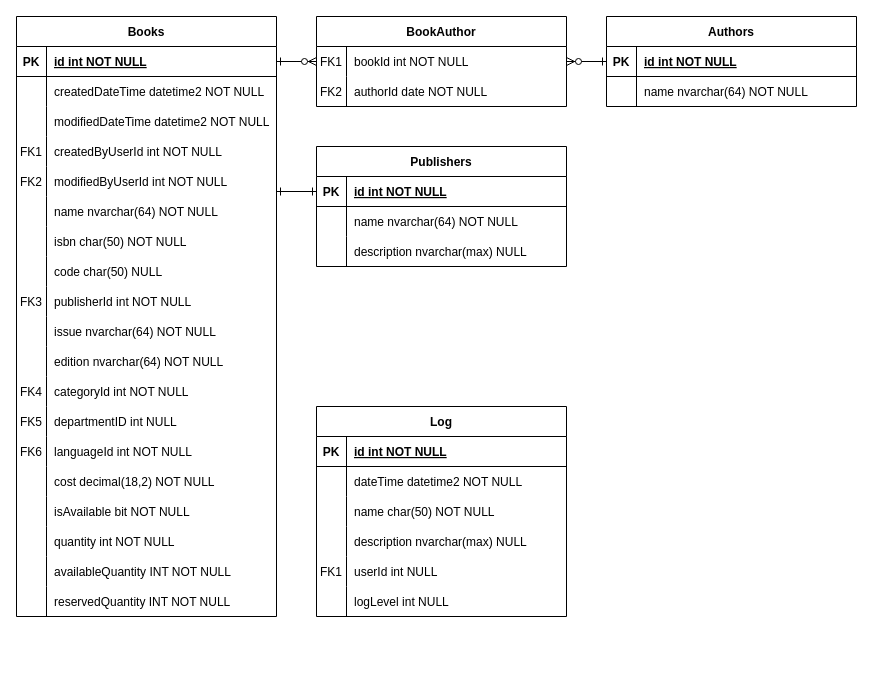
skyhunter96/libApp keeps this draw.io diagram as Untitled Diagram.drawio. Above is the earlier version. Source tidied: cells renumbered, new cells numbered last; positions are measured from the earlier drawing's top-left corner, leaving out a move shared by most shapes. Both pictures are drawn from the tidied source at 100%, with x=0, y=0 at pixel (16, 16).
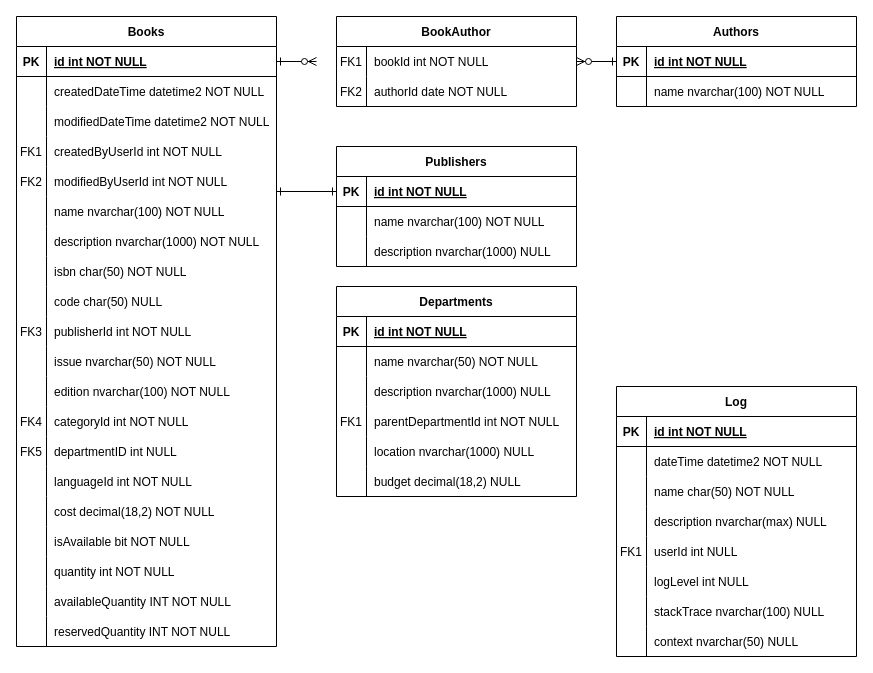
Above is the later version.

The change refers to these unchanged cells:
```xml
<mxCell id="33" style="shape=partialRectangle;fillColor=none;top=0;left=0;right=0;bottom=0;" parent="17" vertex="1">
  <mxGeometry y="180" width="260" height="30" as="geometry" />
</mxCell>
```

What changed in the source:
```diff
@@
     <mxCell id="3" value="BookAuthor" style="shape=table;startSize=30;childLayout=tableLayout;rowLines=0;fontStyle=1;align=center;" parent="1" vertex="1">
-      <mxGeometry x="300" width="250" height="90" as="geometry" />
+      <mxGeometry x="320" width="240" height="90" as="geometry" />
     </mxCell>
     <mxCell id="4" style="shape=partialRectangle;fillColor=none;top=0;left=0;right=0;bottom=0;" parent="3" vertex="1">
-      <mxGeometry y="30" width="250" height="30" as="geometry" />
+      <mxGeometry y="30" width="240" height="30" as="geometry" />
     </mxCell>
@@
     <mxCell id="6" value="bookId int NOT NULL" style="shape=partialRectangle;overflow=hidden;fillColor=none;top=0;left=0;bottom=0;right=0;align=left;spacingLeft=6;" parent="4" vertex="1">
-      <mxGeometry x="30" width="220" height="30" as="geometry" />
+      <mxGeometry x="30" width="210" height="30" as="geometry" />
     </mxCell>
     <mxCell id="7" style="shape=partialRectangle;fillColor=none;top=0;left=0;right=0;bottom=0;" parent="3" vertex="1">
-      <mxGeometry y="60" width="250" height="30" as="geometry" />
+      <mxGeometry y="60" width="240" height="30" as="geometry" />
     </mxCell>
@@
     <mxCell id="9" value="authorId date NOT NULL" style="shape=partialRectangle;overflow=hidden;fillColor=none;top=0;left=0;bottom=0;right=0;align=left;spacingLeft=6;" parent="7" vertex="1">
-      <mxGeometry x="30" width="220" height="30" as="geometry" />
+      <mxGeometry x="30" width="210" height="30" as="geometry" />
     </mxCell>
     <mxCell id="10" value="Authors" style="shape=table;startSize=30;childLayout=tableLayout;rowLines=0;fontStyle=1;align=center;" parent="1" vertex="1">
-      <mxGeometry x="590" width="250" height="90" as="geometry" />
+      <mxGeometry x="600" width="240" height="90" as="geometry" />
     </mxCell>
     <mxCell id="11" style="shape=partialRectangle;fillColor=none;points=[[0,0.5],[1,0.5]];portConstraint=eastwest;top=0;left=0;right=0;bottom=1;" parent="10" vertex="1">
-      <mxGeometry y="30" width="250" height="30" as="geometry" />
+      <mxGeometry y="30" width="240" height="30" as="geometry" />
     </mxCell>
@@
     <mxCell id="13" value="id int NOT NULL " style="shape=partialRectangle;overflow=hidden;fillColor=none;top=0;left=0;bottom=0;right=0;align=left;spacingLeft=6;fontStyle=5;" parent="11" vertex="1">
-      <mxGeometry x="30" width="220" height="30" as="geometry" />
+      <mxGeometry x="30" width="210" height="30" as="geometry" />
     </mxCell>
     <mxCell id="14" style="shape=partialRectangle;fillColor=none;top=0;left=0;right=0;bottom=0;" parent="10" vertex="1">
-      <mxGeometry y="60" width="250" height="30" as="geometry" />
+      <mxGeometry y="60" width="240" height="30" as="geometry" />
     </mxCell>
@@
-    <mxCell id="16" value="name nvarchar(64) NOT NULL" style="shape=partialRectangle;overflow=hidden;fillColor=none;top=0;left=0;bottom=0;right=0;align=left;spacingLeft=6;" parent="14" vertex="1">
-      <mxGeometry x="30" width="220" height="30" as="geometry" />
+    <mxCell id="16" value="name nvarchar(100) NOT NULL" style="shape=partialRectangle;overflow=hidden;fillColor=none;top=0;left=0;bottom=0;right=0;align=left;spacingLeft=6;" parent="14" vertex="1">
+      <mxGeometry x="30" width="210" height="30" as="geometry" />
     </mxCell>
     <mxCell id="17" value="Books" style="shape=table;startSize=30;childLayout=tableLayout;rowLines=0;fontStyle=1;align=center;" parent="1" vertex="1">
-      <mxGeometry width="260" height="600" as="geometry" />
+      <mxGeometry width="260" height="630" as="geometry" />
     </mxCell>
@@
-    <mxCell id="35" value="name nvarchar(64) NOT NULL" style="shape=partialRectangle;overflow=hidden;fillColor=none;top=0;left=0;bottom=0;right=0;align=left;spacingLeft=6;" parent="33" vertex="1">
+    <mxCell id="35" value="name nvarchar(100) NOT NULL" style="shape=partialRectangle;overflow=hidden;fillColor=none;top=0;left=0;bottom=0;right=0;align=left;spacingLeft=6;" parent="33" vertex="1">
       <mxGeometry x="30" width="230" height="30" as="geometry" />
     </mxCell>
+    <mxCell id="106" style="shape=partialRectangle;fillColor=none;top=0;left=0;right=0;bottom=0;" parent="17" vertex="1">
+      <mxGeometry y="210" width="260" height="30" as="geometry" />
+    </mxCell>
+    <mxCell id="107" style="shape=partialRectangle;overflow=hidden;fillColor=none;top=0;left=0;bottom=0;right=0;" parent="106" vertex="1">
+      <mxGeometry width="30" height="30" as="geometry" />
+    </mxCell>
+    <mxCell id="108" value="description nvarchar(1000) NOT NULL" style="shape=partialRectangle;overflow=hidden;fillColor=none;top=0;left=0;bottom=0;right=0;align=left;spacingLeft=6;" parent="106" vertex="1">
+      <mxGeometry x="30" width="230" height="30" as="geometry" />
+    </mxCell>
     <mxCell id="36" style="shape=partialRectangle;fillColor=none;top=0;left=0;right=0;bottom=0;" parent="17" vertex="1">
-      <mxGeometry y="210" width="260" height="30" as="geometry" />
+      <mxGeometry y="240" width="260" height="30" as="geometry" />
     </mxCell>
@@
     <mxCell id="39" style="shape=partialRectangle;fillColor=none;top=0;left=0;right=0;bottom=0;" parent="17" vertex="1">
-      <mxGeometry y="240" width="260" height="30" as="geometry" />
+      <mxGeometry y="270" width="260" height="30" as="geometry" />
     </mxCell>
@@
     <mxCell id="42" style="shape=partialRectangle;fillColor=none;top=0;left=0;right=0;bottom=0;" parent="17" vertex="1">
-      <mxGeometry y="270" width="260" height="30" as="geometry" />
+      <mxGeometry y="300" width="260" height="30" as="geometry" />
     </mxCell>
@@
     <mxCell id="45" style="shape=partialRectangle;fillColor=none;top=0;left=0;right=0;bottom=0;" parent="17" vertex="1">
-      <mxGeometry y="300" width="260" height="30" as="geometry" />
+      <mxGeometry y="330" width="260" height="30" as="geometry" />
     </mxCell>
@@
-    <mxCell id="47" value="issue nvarchar(64) NOT NULL" style="shape=partialRectangle;overflow=hidden;fillColor=none;top=0;left=0;bottom=0;right=0;align=left;spacingLeft=6;" parent="45" vertex="1">
+    <mxCell id="47" value="issue nvarchar(50) NOT NULL" style="shape=partialRectangle;overflow=hidden;fillColor=none;top=0;left=0;bottom=0;right=0;align=left;spacingLeft=6;" parent="45" vertex="1">
       <mxGeometry x="30" width="230" height="30" as="geometry" />
     </mxCell>
     <mxCell id="48" style="shape=partialRectangle;fillColor=none;top=0;left=0;right=0;bottom=0;" parent="17" vertex="1">
-      <mxGeometry y="330" width="260" height="30" as="geometry" />
+      <mxGeometry y="360" width="260" height="30" as="geometry" />
     </mxCell>
@@
-    <mxCell id="50" value="edition nvarchar(64) NOT NULL" style="shape=partialRectangle;overflow=hidden;fillColor=none;top=0;left=0;bottom=0;right=0;align=left;spacingLeft=6;" parent="48" vertex="1">
+    <mxCell id="50" value="edition nvarchar(100) NOT NULL" style="shape=partialRectangle;overflow=hidden;fillColor=none;top=0;left=0;bottom=0;right=0;align=left;spacingLeft=6;" parent="48" vertex="1">
       <mxGeometry x="30" width="230" height="30" as="geometry" />
     </mxCell>
     <mxCell id="51" style="shape=partialRectangle;fillColor=none;top=0;left=0;right=0;bottom=0;" parent="17" vertex="1">
-      <mxGeometry y="360" width="260" height="30" as="geometry" />
+      <mxGeometry y="390" width="260" height="30" as="geometry" />
     </mxCell>
@@
     <mxCell id="54" style="shape=partialRectangle;fillColor=none;top=0;left=0;right=0;bottom=0;" parent="17" vertex="1">
-      <mxGeometry y="390" width="260" height="30" as="geometry" />
+      <mxGeometry y="420" width="260" height="30" as="geometry" />
     </mxCell>
@@
     <mxCell id="57" style="shape=partialRectangle;fillColor=none;top=0;left=0;right=0;bottom=0;" parent="17" vertex="1">
-      <mxGeometry y="420" width="260" height="30" as="geometry" />
+      <mxGeometry y="450" width="260" height="30" as="geometry" />
     </mxCell>
-    <mxCell id="58" value="FK6" style="shape=partialRectangle;overflow=hidden;fillColor=none;top=0;left=0;bottom=0;right=0;" parent="57" vertex="1">
+    <mxCell id="58" style="shape=partialRectangle;overflow=hidden;fillColor=none;top=0;left=0;bottom=0;right=0;" parent="57" vertex="1">
       <mxGeometry width="30" height="30" as="geometry" />
     </mxCell>
@@
     <mxCell id="60" style="shape=partialRectangle;fillColor=none;top=0;left=0;right=0;bottom=0;" parent="17" vertex="1">
-      <mxGeometry y="450" width="260" height="30" as="geometry" />
+      <mxGeometry y="480" width="260" height="30" as="geometry" />
     </mxCell>
@@
     <mxCell id="63" style="shape=partialRectangle;fillColor=none;top=0;left=0;right=0;bottom=0;" parent="17" vertex="1">
-      <mxGeometry y="480" width="260" height="30" as="geometry" />
+      <mxGeometry y="510" width="260" height="30" as="geometry" />
     </mxCell>
@@
     <mxCell id="66" style="shape=partialRectangle;fillColor=none;top=0;left=0;right=0;bottom=0;" parent="17" vertex="1">
-      <mxGeometry y="510" width="260" height="30" as="geometry" />
+      <mxGeometry y="540" width="260" height="30" as="geometry" />
     </mxCell>
@@
     <mxCell id="69" style="shape=partialRectangle;fillColor=none;top=0;left=0;right=0;bottom=0;" parent="17" vertex="1">
-      <mxGeometry y="540" width="260" height="30" as="geometry" />
+      <mxGeometry y="570" width="260" height="30" as="geometry" />
     </mxCell>
@@
     <mxCell id="72" style="shape=partialRectangle;fillColor=none;top=0;left=0;right=0;bottom=0;" parent="17" vertex="1">
-      <mxGeometry y="570" width="260" height="30" as="geometry" />
+      <mxGeometry y="600" width="260" height="30" as="geometry" />
     </mxCell>
@@
     <mxCell id="76" value="Publishers" style="shape=table;startSize=30;childLayout=tableLayout;rowLines=0;fontStyle=1;align=center;" parent="1" vertex="1">
-      <mxGeometry x="300" y="130" width="250" height="120" as="geometry" />
+      <mxGeometry x="320" y="130" width="240" height="120" as="geometry" />
     </mxCell>
     <mxCell id="77" style="shape=partialRectangle;fillColor=none;points=[[0,0.5],[1,0.5]];portConstraint=eastwest;top=0;left=0;right=0;bottom=1;" parent="76" vertex="1">
-      <mxGeometry y="30" width="250" height="30" as="geometry" />
+      <mxGeometry y="30" width="240" height="30" as="geometry" />
     </mxCell>
@@
     <mxCell id="79" value="id int NOT NULL " style="shape=partialRectangle;overflow=hidden;fillColor=none;top=0;left=0;bottom=0;right=0;align=left;spacingLeft=6;fontStyle=5;" parent="77" vertex="1">
-      <mxGeometry x="30" width="220" height="30" as="geometry" />
+      <mxGeometry x="30" width="210" height="30" as="geometry" />
     </mxCell>
     <mxCell id="80" style="shape=partialRectangle;fillColor=none;top=0;left=0;right=0;bottom=0;" parent="76" vertex="1">
-      <mxGeometry y="60" width="250" height="30" as="geometry" />
+      <mxGeometry y="60" width="240" height="30" as="geometry" />
     </mxCell>
@@
-    <mxCell id="82" value="name nvarchar(64) NOT NULL" style="shape=partialRectangle;overflow=hidden;fillColor=none;top=0;left=0;bottom=0;right=0;align=left;spacingLeft=6;" parent="80" vertex="1">
-      <mxGeometry x="30" width="220" height="30" as="geometry" />
+    <mxCell id="82" value="name nvarchar(100) NOT NULL" style="shape=partialRectangle;overflow=hidden;fillColor=none;top=0;left=0;bottom=0;right=0;align=left;spacingLeft=6;" parent="80" vertex="1">
+      <mxGeometry x="30" width="210" height="30" as="geometry" />
     </mxCell>
     <mxCell id="83" style="shape=partialRectangle;fillColor=none;top=0;left=0;right=0;bottom=0;" parent="76" vertex="1">
-      <mxGeometry y="90" width="250" height="30" as="geometry" />
+      <mxGeometry y="90" width="240" height="30" as="geometry" />
     </mxCell>
@@
-    <mxCell id="85" value="description nvarchar(max) NULL" style="shape=partialRectangle;overflow=hidden;fillColor=none;top=0;left=0;bottom=0;right=0;align=left;spacingLeft=6;" parent="83" vertex="1">
-      <mxGeometry x="30" width="220" height="30" as="geometry" />
+    <mxCell id="85" value="description nvarchar(1000) NULL" style="shape=partialRectangle;overflow=hidden;fillColor=none;top=0;left=0;bottom=0;right=0;align=left;spacingLeft=6;" parent="83" vertex="1">
+      <mxGeometry x="30" width="210" height="30" as="geometry" />
     </mxCell>
@@
     <mxCell id="87" value="Log" style="shape=table;startSize=30;childLayout=tableLayout;rowLines=0;fontStyle=1;align=center;" parent="1" vertex="1">
-      <mxGeometry x="300" y="390" width="250" height="210" as="geometry" />
+      <mxGeometry x="600" y="370" width="240" height="270" as="geometry" />
     </mxCell>
     <mxCell id="88" style="shape=partialRectangle;fillColor=none;top=0;left=0;right=0;bottom=1;" parent="87" vertex="1">
-      <mxGeometry y="30" width="250" height="30" as="geometry" />
+      <mxGeometry y="30" width="240" height="30" as="geometry" />
     </mxCell>
@@
     <mxCell id="90" value="id int NOT NULL " style="shape=partialRectangle;overflow=hidden;fillColor=none;top=0;left=0;bottom=0;right=0;align=left;spacingLeft=6;fontStyle=5;" parent="88" vertex="1">
-      <mxGeometry x="30" width="220" height="30" as="geometry" />
+      <mxGeometry x="30" width="210" height="30" as="geometry" />
     </mxCell>
     <mxCell id="91" style="shape=partialRectangle;fillColor=none;top=0;left=0;right=0;bottom=0;" parent="87" vertex="1">
-      <mxGeometry y="60" width="250" height="30" as="geometry" />
+      <mxGeometry y="60" width="240" height="30" as="geometry" />
     </mxCell>
@@
     <mxCell id="93" value="dateTime datetime2 NOT NULL" style="shape=partialRectangle;overflow=hidden;fillColor=none;top=0;left=0;bottom=0;right=0;align=left;spacingLeft=6;" parent="91" vertex="1">
-      <mxGeometry x="30" width="220" height="30" as="geometry" />
+      <mxGeometry x="30" width="210" height="30" as="geometry" />
     </mxCell>
     <mxCell id="94" style="shape=partialRectangle;fillColor=none;top=0;left=0;right=0;bottom=0;" parent="87" vertex="1">
-      <mxGeometry y="90" width="250" height="30" as="geometry" />
+      <mxGeometry y="90" width="240" height="30" as="geometry" />
     </mxCell>
@@
     <mxCell id="96" value="name char(50) NOT NULL" style="shape=partialRectangle;overflow=hidden;fillColor=none;top=0;left=0;bottom=0;right=0;align=left;spacingLeft=6;" parent="94" vertex="1">
-      <mxGeometry x="30" width="220" height="30" as="geometry" />
+      <mxGeometry x="30" width="210" height="30" as="geometry" />
     </mxCell>
     <mxCell id="97" style="shape=partialRectangle;fillColor=none;top=0;left=0;right=0;bottom=0;" parent="87" vertex="1">
-      <mxGeometry y="120" width="250" height="30" as="geometry" />
+      <mxGeometry y="120" width="240" height="30" as="geometry" />
     </mxCell>
@@
     <mxCell id="99" value="description nvarchar(max) NULL" style="shape=partialRectangle;overflow=hidden;fillColor=none;top=0;left=0;bottom=0;right=0;align=left;spacingLeft=6;" parent="97" vertex="1">
-      <mxGeometry x="30" width="220" height="30" as="geometry" />
+      <mxGeometry x="30" width="210" height="30" as="geometry" />
     </mxCell>
     <mxCell id="100" style="shape=partialRectangle;fillColor=none;top=0;left=0;right=0;bottom=0;" parent="87" vertex="1">
-      <mxGeometry y="150" width="250" height="30" as="geometry" />
+      <mxGeometry y="150" width="240" height="30" as="geometry" />
     </mxCell>
@@
     <mxCell id="102" value="userId int NULL" style="shape=partialRectangle;overflow=hidden;fillColor=none;top=0;left=0;bottom=0;right=0;align=left;spacingLeft=6;" parent="100" vertex="1">
-      <mxGeometry x="30" width="220" height="30" as="geometry" />
+      <mxGeometry x="30" width="210" height="30" as="geometry" />
     </mxCell>
     <mxCell id="103" style="shape=partialRectangle;fillColor=none;top=0;left=0;right=0;bottom=0;" parent="87" vertex="1">
-      <mxGeometry y="180" width="250" height="30" as="geometry" />
+      <mxGeometry y="180" width="240" height="30" as="geometry" />
     </mxCell>
@@
     <mxCell id="105" value="logLevel int NULL" style="shape=partialRectangle;overflow=hidden;fillColor=none;top=0;left=0;bottom=0;right=0;align=left;spacingLeft=6;" parent="103" vertex="1">
-      <mxGeometry x="30" width="220" height="30" as="geometry" />
+      <mxGeometry x="30" width="210" height="30" as="geometry" />
     </mxCell>
+    <mxCell id="109" style="shape=partialRectangle;fillColor=none;top=0;left=0;right=0;bottom=0;" parent="87" vertex="1">
+      <mxGeometry y="210" width="240" height="30" as="geometry" />
+    </mxCell>
+    <mxCell id="110" style="shape=partialRectangle;overflow=hidden;fillColor=none;top=0;left=0;bottom=0;right=0;" parent="109" vertex="1">
+      <mxGeometry width="30" height="30" as="geometry" />
+    </mxCell>
+    <mxCell id="111" value="stackTrace nvarchar(100) NULL" style="shape=partialRectangle;overflow=hidden;fillColor=none;top=0;left=0;bottom=0;right=0;align=left;spacingLeft=6;" parent="109" vertex="1">
+      <mxGeometry x="30" width="210" height="30" as="geometry" />
+    </mxCell>
+    <mxCell id="112" style="shape=partialRectangle;fillColor=none;top=0;left=0;right=0;bottom=0;" parent="87" vertex="1">
+      <mxGeometry y="240" width="240" height="30" as="geometry" />
+    </mxCell>
+    <mxCell id="113" style="shape=partialRectangle;overflow=hidden;fillColor=none;top=0;left=0;bottom=0;right=0;" parent="112" vertex="1">
+      <mxGeometry width="30" height="30" as="geometry" />
+    </mxCell>
+    <mxCell id="114" value="context nvarchar(50) NULL" style="shape=partialRectangle;overflow=hidden;fillColor=none;top=0;left=0;bottom=0;right=0;align=left;spacingLeft=6;" parent="112" vertex="1">
+      <mxGeometry x="30" width="210" height="30" as="geometry" />
+    </mxCell>
+    <mxCell id="115" value="Departments" style="shape=table;startSize=30;childLayout=tableLayout;rowLines=0;fontStyle=1;align=center;" parent="1" vertex="1">
+      <mxGeometry x="320" y="270" width="240" height="210" as="geometry" />
+    </mxCell>
+    <mxCell id="116" style="shape=partialRectangle;fillColor=none;top=0;left=0;right=0;bottom=1;" parent="115" vertex="1">
+      <mxGeometry y="30" width="240" height="30" as="geometry" />
+    </mxCell>
+    <mxCell id="117" value="PK" style="shape=partialRectangle;overflow=hidden;fillColor=none;top=0;left=0;bottom=0;right=0;fontStyle=1;" parent="116" vertex="1">
+      <mxGeometry width="30" height="30" as="geometry" />
+    </mxCell>
+    <mxCell id="118" value="id int NOT NULL " style="shape=partialRectangle;overflow=hidden;fillColor=none;top=0;left=0;bottom=0;right=0;align=left;spacingLeft=6;fontStyle=5;" parent="116" vertex="1">
+      <mxGeometry x="30" width="210" height="30" as="geometry" />
+    </mxCell>
+    <mxCell id="119" style="shape=partialRectangle;fillColor=none;top=0;left=0;right=0;bottom=0;" parent="115" vertex="1">
+      <mxGeometry y="60" width="240" height="30" as="geometry" />
+    </mxCell>
+    <mxCell id="120" style="shape=partialRectangle;overflow=hidden;fillColor=none;top=0;left=0;bottom=0;right=0;" parent="119" vertex="1">
+      <mxGeometry width="30" height="30" as="geometry" />
+    </mxCell>
+    <mxCell id="121" value="name nvarchar(50) NOT NULL" style="shape=partialRectangle;overflow=hidden;fillColor=none;top=0;left=0;bottom=0;right=0;align=left;spacingLeft=6;" parent="119" vertex="1">
+      <mxGeometry x="30" width="210" height="30" as="geometry" />
+    </mxCell>
+    <mxCell id="122" style="shape=partialRectangle;fillColor=none;top=0;left=0;right=0;bottom=0;" parent="115" vertex="1">
+      <mxGeometry y="90" width="240" height="30" as="geometry" />
+    </mxCell>
+    <mxCell id="123" style="shape=partialRectangle;overflow=hidden;fillColor=none;top=0;left=0;bottom=0;right=0;" parent="122" vertex="1">
+      <mxGeometry width="30" height="30" as="geometry" />
+    </mxCell>
+    <mxCell id="124" value="description nvarchar(1000) NULL" style="shape=partialRectangle;overflow=hidden;fillColor=none;top=0;left=0;bottom=0;right=0;align=left;spacingLeft=6;" parent="122" vertex="1">
+      <mxGeometry x="30" width="210" height="30" as="geometry" />
+    </mxCell>
+    <mxCell id="125" style="shape=partialRectangle;fillColor=none;top=0;left=0;right=0;bottom=0;" parent="115" vertex="1">
+      <mxGeometry y="120" width="240" height="30" as="geometry" />
+    </mxCell>
+    <mxCell id="126" value="FK1" style="shape=partialRectangle;overflow=hidden;fillColor=none;top=0;left=0;bottom=0;right=0;" parent="125" vertex="1">
+      <mxGeometry width="30" height="30" as="geometry" />
+    </mxCell>
+    <mxCell id="127" value="parentDepartmentId int NOT NULL" style="shape=partialRectangle;overflow=hidden;fillColor=none;top=0;left=0;bottom=0;right=0;align=left;spacingLeft=6;" parent="125" vertex="1">
+      <mxGeometry x="30" width="210" height="30" as="geometry" />
+    </mxCell>
+    <mxCell id="128" style="shape=partialRectangle;fillColor=none;top=0;left=0;right=0;bottom=0;" parent="115" vertex="1">
+      <mxGeometry y="150" width="240" height="30" as="geometry" />
+    </mxCell>
+    <mxCell id="129" style="shape=partialRectangle;overflow=hidden;fillColor=none;top=0;left=0;bottom=0;right=0;" parent="128" vertex="1">
+      <mxGeometry width="30" height="30" as="geometry" />
+    </mxCell>
+    <mxCell id="130" value="location nvarchar(1000) NULL" style="shape=partialRectangle;overflow=hidden;fillColor=none;top=0;left=0;bottom=0;right=0;align=left;spacingLeft=6;" parent="128" vertex="1">
+      <mxGeometry x="30" width="210" height="30" as="geometry" />
+    </mxCell>
+    <mxCell id="131" style="shape=partialRectangle;fillColor=none;top=0;left=0;right=0;bottom=0;" parent="115" vertex="1">
+      <mxGeometry y="180" width="240" height="30" as="geometry" />
+    </mxCell>
+    <mxCell id="132" style="shape=partialRectangle;overflow=hidden;fillColor=none;top=0;left=0;bottom=0;right=0;" parent="131" vertex="1">
+      <mxGeometry width="30" height="30" as="geometry" />
+    </mxCell>
+    <mxCell id="133" value="budget decimal(18,2) NULL" style="shape=partialRectangle;overflow=hidden;fillColor=none;top=0;left=0;bottom=0;right=0;align=left;spacingLeft=6;" parent="131" vertex="1">
+      <mxGeometry x="30" width="210" height="30" as="geometry" />
+    </mxCell>
```
